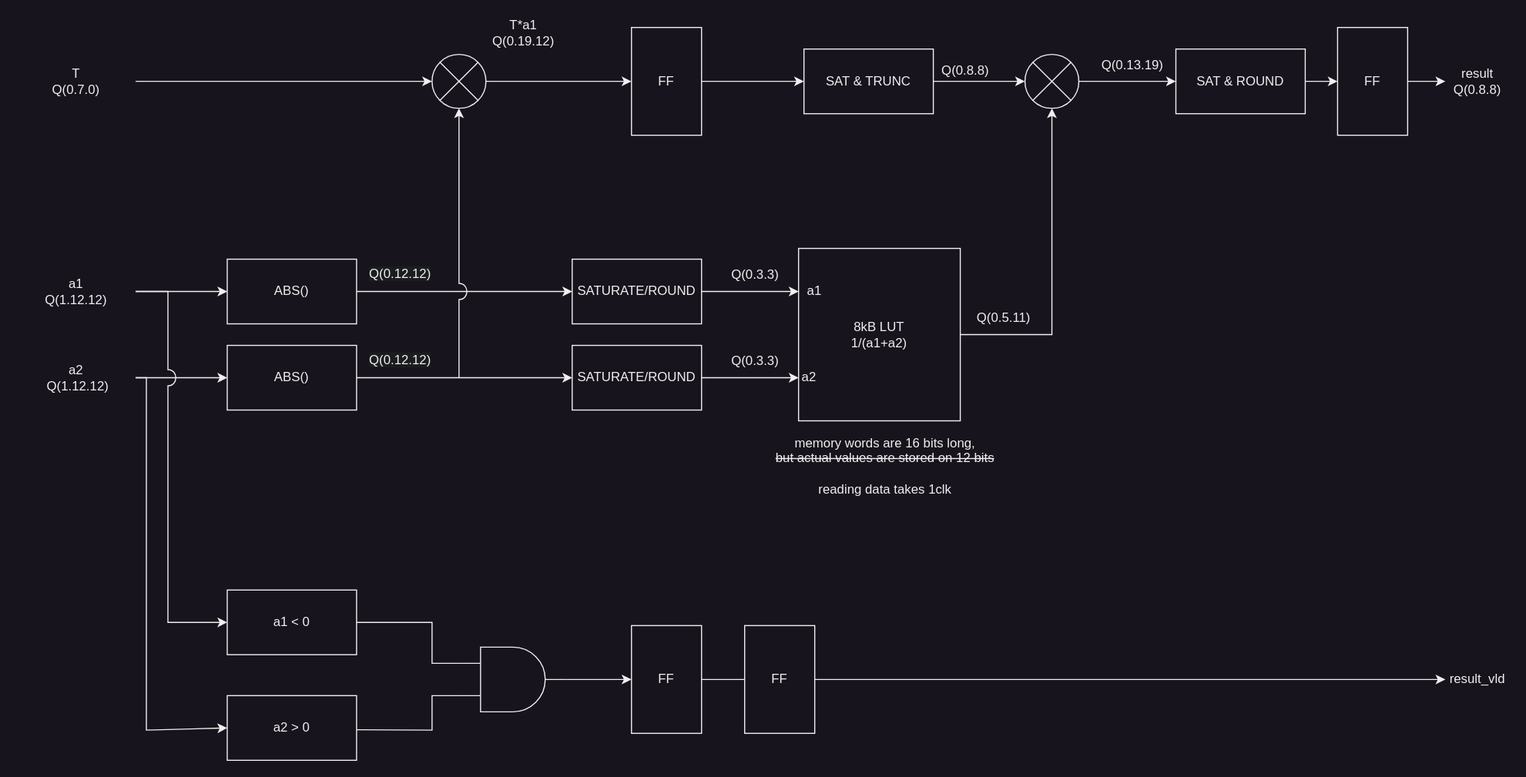
This is zero_cross_module.svg from maj77/DCFD, a draw.io export, as it was before one commit. Source tidied: cells renumbered, new cells last; positions are measured from the earlier drawing's top-left corner, leaving out a move shared by most shapes. The source it was exported from:
```xml
<mxGraphModel>
  <root>
    <mxCell id="0" />
    <mxCell id="1" parent="0" />
    <mxCell id="2" value="a1 &amp;lt; 0" style="rounded=0;whiteSpace=wrap;html=1;" parent="1" vertex="1">
      <mxGeometry x="195" y="532" width="120" height="60" as="geometry" />
    </mxCell>
    <mxCell id="3" value="a2 &amp;gt; 0" style="rounded=0;whiteSpace=wrap;html=1;" parent="1" vertex="1">
      <mxGeometry x="195" y="630" width="120" height="60" as="geometry" />
    </mxCell>
    <mxCell id="4" style="edgeStyle=orthogonalEdgeStyle;rounded=0;jettySize=auto;html=1;" parent="1" edge="1" source="5" target="47">
      <mxGeometry relative="1" as="geometry" />
    </mxCell>
    <mxCell id="5" value="a1 &lt;br&gt;Q(1.12.12)" style="text;html=1;strokeColor=none;fillColor=none;align=center;verticalAlign=middle;whiteSpace=wrap;rounded=0;" parent="1" vertex="1">
      <mxGeometry y="240" width="110" height="30" as="geometry" />
    </mxCell>
    <mxCell id="6" style="edgeStyle=orthogonalEdgeStyle;rounded=0;jettySize=auto;html=1;" parent="1" edge="1" source="7" target="49">
      <mxGeometry relative="1" as="geometry" />
    </mxCell>
    <mxCell id="7" value="a2&lt;br&gt;&amp;nbsp;Q(1.12.12)" style="text;html=1;strokeColor=none;fillColor=none;align=center;verticalAlign=middle;whiteSpace=wrap;rounded=0;" parent="1" vertex="1">
      <mxGeometry y="320" width="110" height="30" as="geometry" />
    </mxCell>
    <mxCell id="8" style="verticalLabelPosition=bottom;shadow=0;dashed=0;align=center;html=1;verticalAlign=top;shape=mxgraph.electrical.logic_gates.logic_gate;operation=and;" parent="1" vertex="1">
      <mxGeometry x="410" y="585" width="100" height="60" as="geometry" />
    </mxCell>
    <mxCell id="9" style="endArrow=none;html=1;rounded=0;exitX=1;exitY=0.5;exitDx=0;exitDy=0;entryX=0;entryY=0.25;entryDx=0;entryDy=0;entryPerimeter=0;jumpStyle=arc;" parent="1" edge="1" source="2" target="8">
      <mxGeometry relative="1" as="geometry">
        <Array as="points">
          <mxPoint x="385" y="562" />
          <mxPoint x="385" y="600" />
        </Array>
      </mxGeometry>
    </mxCell>
    <mxCell id="10" style="endArrow=none;html=1;rounded=0;exitX=1.001;exitY=0.527;exitDx=0;exitDy=0;entryX=0;entryY=0.75;entryDx=0;entryDy=0;entryPerimeter=0;jumpStyle=arc;exitPerimeter=0;" parent="1" edge="1" source="3" target="8">
      <mxGeometry relative="1" as="geometry">
        <Array as="points">
          <mxPoint x="385" y="662" />
          <mxPoint x="385" y="630" />
        </Array>
      </mxGeometry>
    </mxCell>
    <mxCell id="11" value="SATURATE/ROUND" style="rounded=0;whiteSpace=wrap;html=1;" parent="1" vertex="1">
      <mxGeometry x="515" y="225" width="120" height="60" as="geometry" />
    </mxCell>
    <mxCell id="12" value="8kB LUT&lt;br&gt;1/(a1+a2)" style="rounded=0;whiteSpace=wrap;html=1;" parent="1" vertex="1">
      <mxGeometry x="725" y="215" width="150" height="160" as="geometry" />
    </mxCell>
    <mxCell id="13" value="SATURATE/ROUND" style="rounded=0;whiteSpace=wrap;html=1;" parent="1" vertex="1">
      <mxGeometry x="515" y="305" width="120" height="60" as="geometry" />
    </mxCell>
    <mxCell id="14" value="a2" style="text;html=1;strokeColor=none;fillColor=none;align=center;verticalAlign=middle;whiteSpace=wrap;rounded=0;" parent="1" vertex="1">
      <mxGeometry x="725" y="317.5" width="20" height="35" as="geometry" />
    </mxCell>
    <mxCell id="15" style="endArrow=classic;html=1;rounded=0;exitX=1;exitY=0.5;exitDx=0;exitDy=0;entryX=0;entryY=0.25;entryDx=0;entryDy=0;" parent="1" edge="1" source="11" target="12">
      <mxGeometry relative="1" as="geometry" />
    </mxCell>
    <mxCell id="16" style="endArrow=classic;html=1;rounded=0;exitX=1;exitY=0.5;exitDx=0;exitDy=0;entryX=0;entryY=0.75;entryDx=0;entryDy=0;" parent="1" edge="1" source="13" target="12">
      <mxGeometry relative="1" as="geometry" />
    </mxCell>
    <mxCell id="17" value="Q(0.3.3)" style="text;html=1;strokeColor=none;fillColor=none;align=center;verticalAlign=middle;whiteSpace=wrap;rounded=0;" parent="1" vertex="1">
      <mxGeometry x="655" y="225" width="60" height="30" as="geometry" />
    </mxCell>
    <mxCell id="18" value="Q(0.3.3)" style="text;html=1;strokeColor=none;fillColor=none;align=center;verticalAlign=middle;whiteSpace=wrap;rounded=0;" parent="1" vertex="1">
      <mxGeometry x="655" y="305" width="60" height="30" as="geometry" />
    </mxCell>
    <mxCell id="19" value="a1" style="text;html=1;strokeColor=none;fillColor=none;align=center;verticalAlign=middle;whiteSpace=wrap;rounded=0;" parent="1" vertex="1">
      <mxGeometry x="730" y="237.5" width="20" height="35" as="geometry" />
    </mxCell>
    <mxCell id="20" value="T&lt;br&gt;Q(0.7.0)" style="text;html=1;strokeColor=none;fillColor=none;align=center;verticalAlign=middle;whiteSpace=wrap;rounded=0;" parent="1" vertex="1">
      <mxGeometry y="45" width="110" height="30" as="geometry" />
    </mxCell>
    <mxCell id="21" style="verticalLabelPosition=bottom;shadow=0;dashed=0;align=center;html=1;verticalAlign=top;shape=mxgraph.electrical.abstract.multiplier;" parent="1" vertex="1">
      <mxGeometry x="385" y="35" width="50" height="50" as="geometry" />
    </mxCell>
    <mxCell id="22" style="endArrow=classic;html=1;rounded=0;exitX=1;exitY=0.5;exitDx=0;exitDy=0;entryX=0;entryY=0.5;entryDx=0;entryDy=0;entryPerimeter=0;" parent="1" edge="1" source="20" target="21">
      <mxGeometry relative="1" as="geometry" />
    </mxCell>
    <mxCell id="23" style="endArrow=classic;html=1;rounded=0;exitX=1;exitY=0.5;exitDx=0;exitDy=0;exitPerimeter=0;entryX=0;entryY=0.5;entryDx=0;entryDy=0;entryPerimeter=0;" parent="1" edge="1" source="27" target="24">
      <mxGeometry relative="1" as="geometry" />
    </mxCell>
    <mxCell id="24" style="verticalLabelPosition=bottom;shadow=0;dashed=0;align=center;html=1;verticalAlign=top;shape=mxgraph.electrical.abstract.multiplier;" parent="1" vertex="1">
      <mxGeometry x="935" y="35" width="50" height="50" as="geometry" />
    </mxCell>
    <mxCell id="25" style="endArrow=classic;html=1;rounded=0;exitX=1;exitY=0.5;exitDx=0;exitDy=0;entryX=0.5;entryY=1;entryDx=0;entryDy=0;entryPerimeter=0;" parent="1" edge="1" source="12" target="24">
      <mxGeometry relative="1" as="geometry">
        <Array as="points">
          <mxPoint x="960" y="295" />
        </Array>
      </mxGeometry>
    </mxCell>
    <mxCell id="26" style="endArrow=classic;html=1;rounded=0;exitX=1;exitY=0.5;exitDx=0;exitDy=0;exitPerimeter=0;entryX=0;entryY=0.5;entryDx=0;entryDy=0;entryPerimeter=0;" parent="1" edge="1" source="40" target="27">
      <mxGeometry relative="1" as="geometry" />
    </mxCell>
    <mxCell id="27" value="SAT &amp;amp; TRUNC" style="rounded=0;whiteSpace=wrap;html=1;" parent="1" vertex="1">
      <mxGeometry x="730" y="30" width="120" height="60" as="geometry" />
    </mxCell>
    <mxCell id="28" value="T*a1&lt;br&gt;Q(0.19.12)" style="text;html=1;strokeColor=none;fillColor=none;align=center;verticalAlign=middle;whiteSpace=wrap;rounded=0;" parent="1" vertex="1">
      <mxGeometry x="415" width="110" height="30" as="geometry" />
    </mxCell>
    <mxCell id="29" value="Q(0.8.8)" style="text;html=1;strokeColor=none;fillColor=none;align=center;verticalAlign=middle;whiteSpace=wrap;rounded=0;" parent="1" vertex="1">
      <mxGeometry x="825" y="35" width="110" height="30" as="geometry" />
    </mxCell>
    <mxCell id="30" style="endArrow=classic;html=1;rounded=0;exitX=1;exitY=0.5;exitDx=0;exitDy=0;exitPerimeter=0;" parent="1" edge="1" source="33">
      <mxGeometry relative="1" as="geometry">
        <mxPoint x="1195" y="60" as="targetPoint" />
      </mxGeometry>
    </mxCell>
    <mxCell id="31" style="endArrow=classic;html=1;rounded=0;exitX=1;exitY=0.5;exitDx=0;exitDy=0;exitPerimeter=0;entryX=0;entryY=0.5;entryDx=0;entryDy=0;" parent="1" edge="1" source="45" target="37">
      <mxGeometry relative="1" as="geometry" />
    </mxCell>
    <mxCell id="32" style="endArrow=classic;html=1;rounded=0;exitX=1;exitY=0.5;exitDx=0;exitDy=0;exitPerimeter=0;" parent="1" edge="1" source="24" target="33">
      <mxGeometry relative="1" as="geometry" />
    </mxCell>
    <mxCell id="33" value="SAT &amp;amp; ROUND" style="rounded=0;whiteSpace=wrap;html=1;" parent="1" vertex="1">
      <mxGeometry x="1075" y="30" width="120" height="60" as="geometry" />
    </mxCell>
    <mxCell id="34" style="endArrow=classic;html=1;rounded=0;exitX=1;exitY=0.5;exitDx=0;exitDy=0;" parent="1" edge="1" source="43" target="35">
      <mxGeometry relative="1" as="geometry" />
    </mxCell>
    <mxCell id="35" value="result&lt;br&gt;Q(0.8.8)" style="text;html=1;strokeColor=none;fillColor=none;align=center;verticalAlign=middle;whiteSpace=wrap;rounded=0;" parent="1" vertex="1">
      <mxGeometry x="1325" y="45" width="60" height="30" as="geometry" />
    </mxCell>
    <mxCell id="36" value="Q(0.13.19)" style="text;html=1;strokeColor=none;fillColor=none;align=center;verticalAlign=middle;whiteSpace=wrap;rounded=0;" parent="1" vertex="1">
      <mxGeometry x="1005" y="30" width="60" height="30" as="geometry" />
    </mxCell>
    <mxCell id="37" value="result_vld" style="text;html=1;strokeColor=none;fillColor=none;align=center;verticalAlign=middle;whiteSpace=wrap;rounded=0;" parent="1" vertex="1">
      <mxGeometry x="1325" y="600" width="60" height="30" as="geometry" />
    </mxCell>
    <mxCell id="38" value="memory words are 16 bits long, &lt;br&gt;&lt;strike&gt;but actual values are stored on 12 bits&lt;/strike&gt;&lt;br&gt;&lt;br&gt;reading data takes 1clk" style="text;html=1;align=center;verticalAlign=middle;strokeColor=none;fillColor=none;" parent="1" vertex="1">
      <mxGeometry x="690" y="382" width="230" height="70" as="geometry" />
    </mxCell>
    <mxCell id="39" style="endArrow=classic;html=1;rounded=0;exitX=1;exitY=0.5;exitDx=0;exitDy=0;exitPerimeter=0;entryX=0;entryY=0.5;entryDx=0;entryDy=0;entryPerimeter=0;" parent="1" edge="1" source="21" target="40">
      <mxGeometry relative="1" as="geometry" />
    </mxCell>
    <mxCell id="40" value="FF" style="rounded=0;whiteSpace=wrap;html=1;" parent="1" vertex="1">
      <mxGeometry x="570" y="10" width="65" height="100" as="geometry" />
    </mxCell>
    <mxCell id="41" value="Q(0.5.11)" style="text;html=1;align=center;verticalAlign=middle;strokeColor=none;fillColor=none;" parent="1" vertex="1">
      <mxGeometry x="880" y="265" width="70" height="30" as="geometry" />
    </mxCell>
    <mxCell id="42" style="endArrow=classic;html=1;rounded=0;exitX=1;exitY=0.5;exitDx=0;exitDy=0;" parent="1" edge="1" source="33" target="43">
      <mxGeometry relative="1" as="geometry" />
    </mxCell>
    <mxCell id="43" value="FF" style="rounded=0;whiteSpace=wrap;html=1;" parent="1" vertex="1">
      <mxGeometry x="1225" y="10" width="65" height="100" as="geometry" />
    </mxCell>
    <mxCell id="44" style="endArrow=classic;html=1;rounded=0;exitX=1;exitY=0.5;exitDx=0;exitDy=0;exitPerimeter=0;entryX=0;entryY=0.5;entryDx=0;entryDy=0;" parent="1" edge="1" source="8" target="45">
      <mxGeometry relative="1" as="geometry" />
    </mxCell>
    <mxCell id="45" value="FF" style="rounded=0;whiteSpace=wrap;html=1;" parent="1" vertex="1">
      <mxGeometry x="570" y="565" width="65" height="100" as="geometry" />
    </mxCell>
    <mxCell id="46" style="edgeStyle=orthogonalEdgeStyle;rounded=0;jettySize=auto;html=1;" parent="1" edge="1" source="47" target="11">
      <mxGeometry relative="1" as="geometry" />
    </mxCell>
    <mxCell id="47" value="ABS()" style="rounded=0;whiteSpace=wrap;html=1;" parent="1" vertex="1">
      <mxGeometry x="195" y="225" width="120" height="60" as="geometry" />
    </mxCell>
    <mxCell id="48" style="edgeStyle=orthogonalEdgeStyle;rounded=0;jettySize=auto;html=1;" parent="1" edge="1" source="49" target="13">
      <mxGeometry relative="1" as="geometry" />
    </mxCell>
    <mxCell id="49" value="ABS()" style="rounded=0;whiteSpace=wrap;html=1;" parent="1" vertex="1">
      <mxGeometry x="195" y="305" width="120" height="60" as="geometry" />
    </mxCell>
    <mxCell id="50" style="endArrow=classic;html=1;rounded=0;entryX=0.5;entryY=1;entryDx=0;entryDy=0;entryPerimeter=0;jumpStyle=arc;sourcePerimeterSpacing=0;startSize=6;shadow=0;jumpSize=15;" parent="1" edge="1" target="21">
      <mxGeometry relative="1" as="geometry">
        <mxPoint x="410" y="335" as="sourcePoint" />
      </mxGeometry>
    </mxCell>
    <mxCell id="51" style="endArrow=classic;html=1;rounded=0;entryX=0;entryY=0.5;entryDx=0;entryDy=0;exitX=1;exitY=0.5;exitDx=0;exitDy=0;jumpStyle=arc;jumpSize=15;" parent="1" edge="1" source="5" target="2">
      <mxGeometry relative="1" as="geometry">
        <Array as="points">
          <mxPoint x="140" y="255" />
          <mxPoint x="140" y="562" />
        </Array>
      </mxGeometry>
    </mxCell>
    <mxCell id="52" style="endArrow=classic;html=1;rounded=0;exitX=1;exitY=0.5;exitDx=0;exitDy=0;entryX=0;entryY=0.5;entryDx=0;entryDy=0;" parent="1" edge="1" source="7" target="3">
      <mxGeometry relative="1" as="geometry">
        <Array as="points">
          <mxPoint x="120" y="335" />
          <mxPoint x="120" y="662" />
        </Array>
      </mxGeometry>
    </mxCell>
    <mxCell id="53" value="FF" style="rounded=0;whiteSpace=wrap;html=1;" parent="1" vertex="1">
      <mxGeometry x="675" y="565" width="65" height="100" as="geometry" />
    </mxCell>
    <mxCell id="54" value="&lt;span style=&quot;color: rgb(240, 240, 240); font-family: Helvetica; font-size: 12px; font-style: normal; font-variant-ligatures: normal; font-variant-caps: normal; font-weight: 400; letter-spacing: normal; orphans: 2; text-align: center; text-indent: 0px; text-transform: none; widows: 2; word-spacing: 0px; -webkit-text-stroke-width: 0px; background-color: rgb(27, 29, 30); text-decoration-thickness: initial; text-decoration-style: initial; text-decoration-color: initial; float: none; display: inline !important;&quot;&gt;Q(0.12.12)&lt;/span&gt;" style="text;whiteSpace=wrap;html=1;" parent="1" vertex="1">
      <mxGeometry x="325" y="225" width="60" height="27" as="geometry" />
    </mxCell>
    <mxCell id="55" value="&lt;span style=&quot;color: rgb(240, 240, 240); font-family: Helvetica; font-size: 12px; font-style: normal; font-variant-ligatures: normal; font-variant-caps: normal; font-weight: 400; letter-spacing: normal; orphans: 2; text-align: center; text-indent: 0px; text-transform: none; widows: 2; word-spacing: 0px; -webkit-text-stroke-width: 0px; background-color: rgb(27, 29, 30); text-decoration-thickness: initial; text-decoration-style: initial; text-decoration-color: initial; float: none; display: inline !important;&quot;&gt;Q(0.12.12)&lt;/span&gt;" style="text;whiteSpace=wrap;html=1;" parent="1" vertex="1">
      <mxGeometry x="325" y="305" width="60" height="27" as="geometry" />
    </mxCell>
  </root>
</mxGraphModel>
```
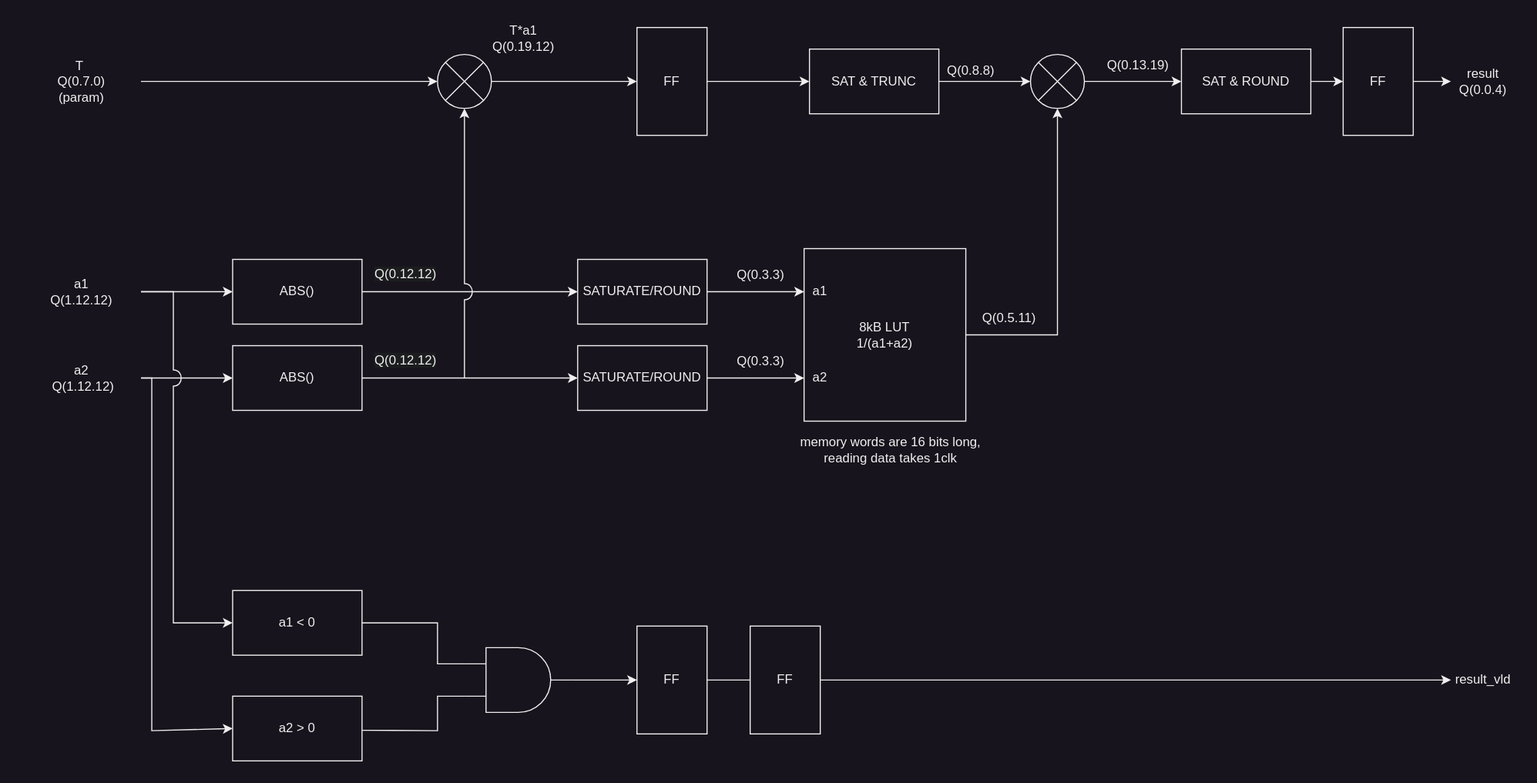
Above is the later version.

Commit message:
Block diagrams changes

Diff of the diagram source:
```diff
@@ -49,7 +49,7 @@
       <mxGeometry x="515" y="305" width="120" height="60" as="geometry" />
     </mxCell>
     <mxCell id="14" value="a2" style="text;html=1;strokeColor=none;fillColor=none;align=center;verticalAlign=middle;whiteSpace=wrap;rounded=0;" parent="1" vertex="1">
-      <mxGeometry x="725" y="317.5" width="20" height="35" as="geometry" />
+      <mxGeometry x="730" y="317.5" width="20" height="35" as="geometry" />
     </mxCell>
     <mxCell id="15" style="endArrow=classic;html=1;rounded=0;exitX=1;exitY=0.5;exitDx=0;exitDy=0;entryX=0;entryY=0.25;entryDx=0;entryDy=0;" parent="1" edge="1" source="11" target="12">
       <mxGeometry relative="1" as="geometry" />
@@ -66,8 +66,8 @@
     <mxCell id="19" value="a1" style="text;html=1;strokeColor=none;fillColor=none;align=center;verticalAlign=middle;whiteSpace=wrap;rounded=0;" parent="1" vertex="1">
       <mxGeometry x="730" y="237.5" width="20" height="35" as="geometry" />
     </mxCell>
-    <mxCell id="20" value="T&lt;br&gt;Q(0.7.0)" style="text;html=1;strokeColor=none;fillColor=none;align=center;verticalAlign=middle;whiteSpace=wrap;rounded=0;" parent="1" vertex="1">
-      <mxGeometry y="45" width="110" height="30" as="geometry" />
+    <mxCell id="20" value="T&amp;nbsp; &lt;br&gt;Q(0.7.0)&lt;br&gt;(param)" style="text;html=1;strokeColor=none;fillColor=none;align=center;verticalAlign=middle;whiteSpace=wrap;rounded=0;" parent="1" vertex="1">
+      <mxGeometry y="41.5" width="110" height="37" as="geometry" />
     </mxCell>
     <mxCell id="21" style="verticalLabelPosition=bottom;shadow=0;dashed=0;align=center;html=1;verticalAlign=top;shape=mxgraph.electrical.abstract.multiplier;" parent="1" vertex="1">
       <mxGeometry x="385" y="35" width="50" height="50" as="geometry" />
@@ -95,7 +95,7 @@
       <mxGeometry x="730" y="30" width="120" height="60" as="geometry" />
     </mxCell>
     <mxCell id="28" value="T*a1&lt;br&gt;Q(0.19.12)" style="text;html=1;strokeColor=none;fillColor=none;align=center;verticalAlign=middle;whiteSpace=wrap;rounded=0;" parent="1" vertex="1">
-      <mxGeometry x="415" width="110" height="30" as="geometry" />
+      <mxGeometry x="410" y="5" width="110" height="30" as="geometry" />
     </mxCell>
     <mxCell id="29" value="Q(0.8.8)" style="text;html=1;strokeColor=none;fillColor=none;align=center;verticalAlign=middle;whiteSpace=wrap;rounded=0;" parent="1" vertex="1">
       <mxGeometry x="825" y="35" width="110" height="30" as="geometry" />
@@ -117,7 +117,7 @@
     <mxCell id="34" style="endArrow=classic;html=1;rounded=0;exitX=1;exitY=0.5;exitDx=0;exitDy=0;" parent="1" edge="1" source="43" target="35">
       <mxGeometry relative="1" as="geometry" />
     </mxCell>
-    <mxCell id="35" value="result&lt;br&gt;Q(0.8.8)" style="text;html=1;strokeColor=none;fillColor=none;align=center;verticalAlign=middle;whiteSpace=wrap;rounded=0;" parent="1" vertex="1">
+    <mxCell id="35" value="result&lt;br&gt;Q(0.0.4)" style="text;html=1;strokeColor=none;fillColor=none;align=center;verticalAlign=middle;whiteSpace=wrap;rounded=0;" parent="1" vertex="1">
       <mxGeometry x="1325" y="45" width="60" height="30" as="geometry" />
     </mxCell>
     <mxCell id="36" value="Q(0.13.19)" style="text;html=1;strokeColor=none;fillColor=none;align=center;verticalAlign=middle;whiteSpace=wrap;rounded=0;" parent="1" vertex="1">
@@ -126,8 +126,8 @@
     <mxCell id="37" value="result_vld" style="text;html=1;strokeColor=none;fillColor=none;align=center;verticalAlign=middle;whiteSpace=wrap;rounded=0;" parent="1" vertex="1">
       <mxGeometry x="1325" y="600" width="60" height="30" as="geometry" />
     </mxCell>
-    <mxCell id="38" value="memory words are 16 bits long, &lt;br&gt;&lt;strike&gt;but actual values are stored on 12 bits&lt;/strike&gt;&lt;br&gt;&lt;br&gt;reading data takes 1clk" style="text;html=1;align=center;verticalAlign=middle;strokeColor=none;fillColor=none;" parent="1" vertex="1">
-      <mxGeometry x="690" y="382" width="230" height="70" as="geometry" />
+    <mxCell id="38" value="memory words are 16 bits long,&lt;br&gt;reading data takes 1clk" style="text;html=1;align=center;verticalAlign=middle;strokeColor=none;fillColor=none;" parent="1" vertex="1">
+      <mxGeometry x="710" y="382" width="190" height="40" as="geometry" />
     </mxCell>
     <mxCell id="39" style="endArrow=classic;html=1;rounded=0;exitX=1;exitY=0.5;exitDx=0;exitDy=0;exitPerimeter=0;entryX=0;entryY=0.5;entryDx=0;entryDy=0;entryPerimeter=0;" parent="1" edge="1" source="21" target="40">
       <mxGeometry relative="1" as="geometry" />
```
